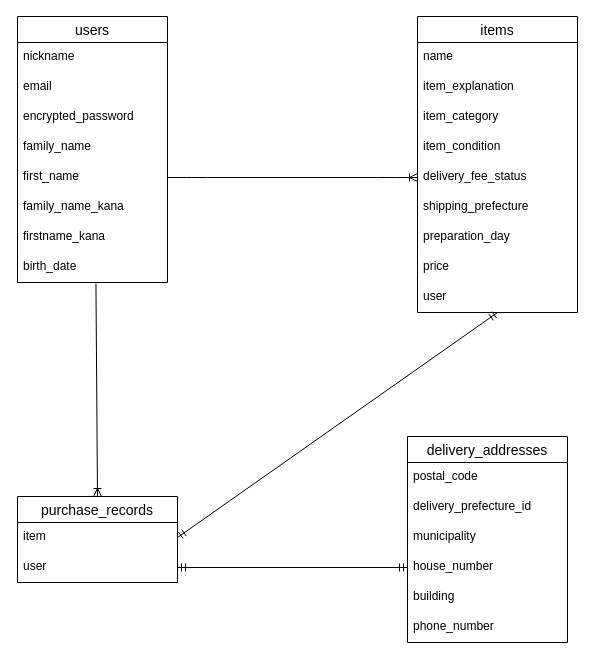
Above: furima_31773.dio in hide-sugi/furima-31773 (draw.io), before the change. Source tidied: cells renumbered, new cells numbered last; positions are measured from the earlier drawing's top-left corner, leaving out a move shared by most shapes. Both pictures are drawn from the tidied source at 100%, with x=0, y=0 at pixel (17, 16).
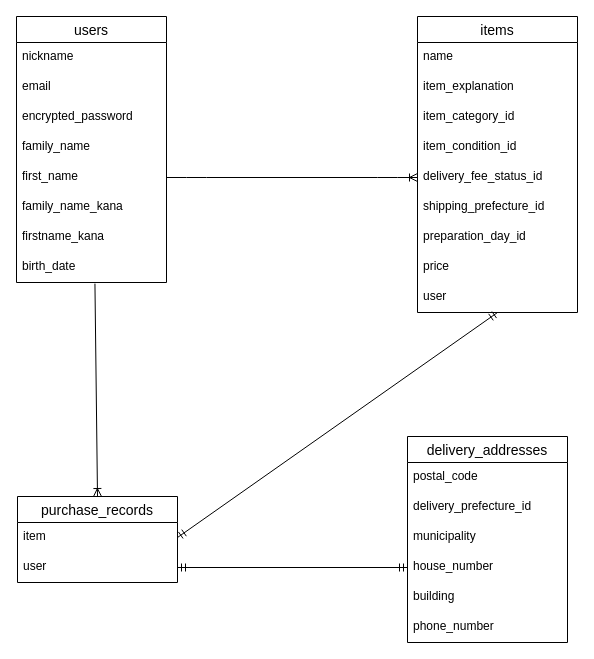
The same page after the edit.

Commit message (it also covers changes not shown here):
READMEとER図の修正3

Unchanged cells that the change refers to:
```xml
<mxCell id="12" value="items" style="swimlane;fontStyle=0;horizontal=1;startSize=26;align=center;fontSize=14;" parent="1" vertex="1">
  <mxGeometry x="400" width="160" height="296" as="geometry" />
</mxCell>
```

What changed in the source:
```diff
@@
     <mxCell id="2" value="users" style="swimlane;fontStyle=0;horizontal=1;startSize=26;align=center;fontSize=14;" parent="1" vertex="1">
-      <mxGeometry width="150" height="266" as="geometry" />
+      <mxGeometry x="-1" width="150" height="266" as="geometry" />
     </mxCell>
@@
-    <mxCell id="15" value="item_category" style="text;strokeColor=none;fillColor=none;spacingLeft=4;spacingRight=4;overflow=hidden;fontSize=12;" parent="12" vertex="1">
+    <mxCell id="15" value="item_category_id" style="text;strokeColor=none;fillColor=none;spacingLeft=4;spacingRight=4;overflow=hidden;fontSize=12;" parent="12" vertex="1">
       <mxGeometry y="86" width="160" height="30" as="geometry" />
     </mxCell>
-    <mxCell id="16" value="item_condition" style="text;strokeColor=none;fillColor=none;spacingLeft=4;spacingRight=4;overflow=hidden;fontSize=12;" parent="12" vertex="1">
+    <mxCell id="16" value="item_condition_id" style="text;strokeColor=none;fillColor=none;spacingLeft=4;spacingRight=4;overflow=hidden;fontSize=12;" parent="12" vertex="1">
       <mxGeometry y="116" width="160" height="30" as="geometry" />
     </mxCell>
-    <mxCell id="17" value="delivery_fee_status" style="text;strokeColor=none;fillColor=none;spacingLeft=4;spacingRight=4;overflow=hidden;points=[[0,0.5],[1,0.5]];portConstraint=eastwest;fontSize=12;" parent="12" vertex="1">
+    <mxCell id="17" value="delivery_fee_status_id" style="text;strokeColor=none;fillColor=none;spacingLeft=4;spacingRight=4;overflow=hidden;points=[[0,0.5],[1,0.5]];portConstraint=eastwest;fontSize=12;" parent="12" vertex="1">
       <mxGeometry y="146" width="160" height="30" as="geometry" />
     </mxCell>
-    <mxCell id="18" value="shipping_prefecture" style="text;strokeColor=none;fillColor=none;spacingLeft=4;spacingRight=4;overflow=hidden;fontSize=12;" parent="12" vertex="1">
+    <mxCell id="18" value="shipping_prefecture_id" style="text;strokeColor=none;fillColor=none;spacingLeft=4;spacingRight=4;overflow=hidden;fontSize=12;" parent="12" vertex="1">
       <mxGeometry y="176" width="160" height="30" as="geometry" />
     </mxCell>
-    <mxCell id="19" value="preparation_day" style="text;strokeColor=none;fillColor=none;spacingLeft=4;spacingRight=4;overflow=hidden;fontSize=12;" parent="12" vertex="1">
+    <mxCell id="19" value="preparation_day_id" style="text;strokeColor=none;fillColor=none;spacingLeft=4;spacingRight=4;overflow=hidden;fontSize=12;" parent="12" vertex="1">
       <mxGeometry y="206" width="160" height="30" as="geometry" />
     </mxCell>
```
